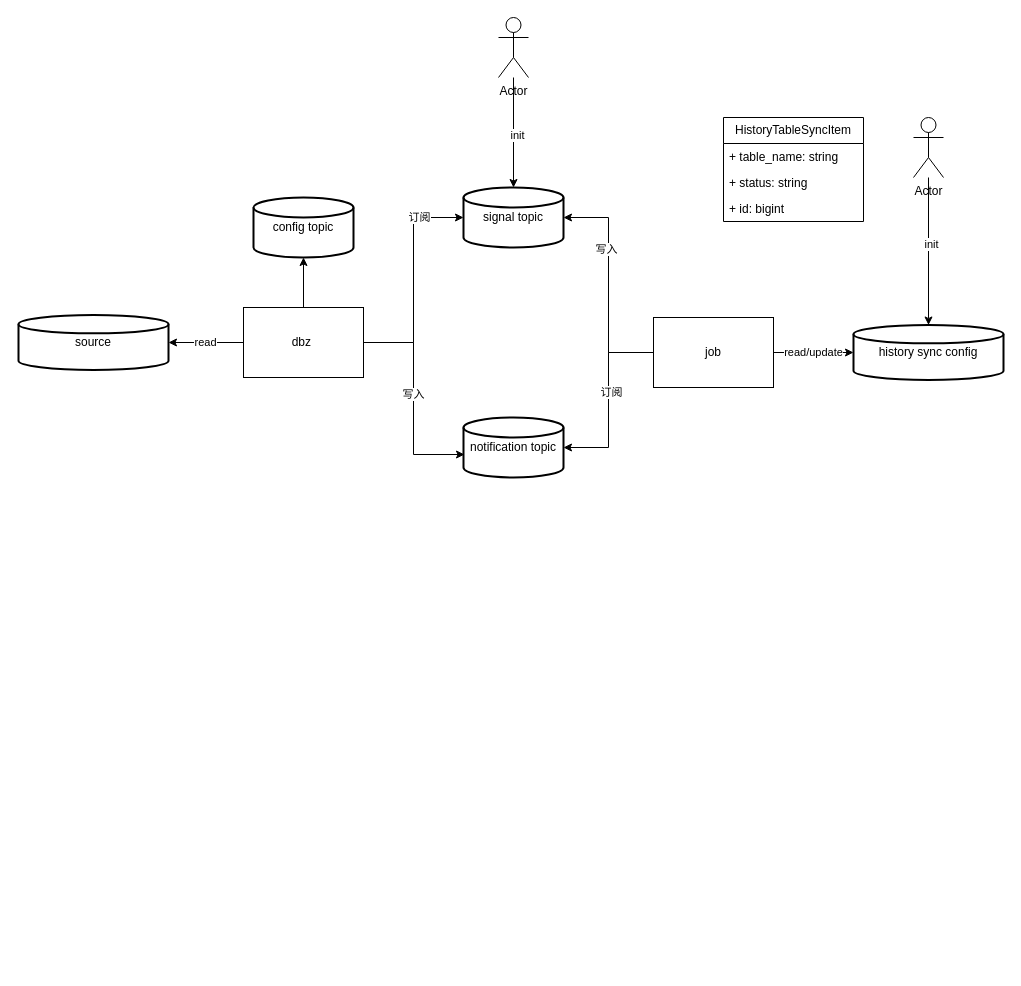
Before: images/大分表历史同步.drawio in MyLanPangzi/docs, a draw.io diagram. Source tidied: cells renumbered, new cells numbered last; positions are measured from the earlier drawing's top-left corner, leaving out a move shared by most shapes. Both pictures are drawn from the tidied source at 100%, with x=0, y=0 at pixel (18, 17).
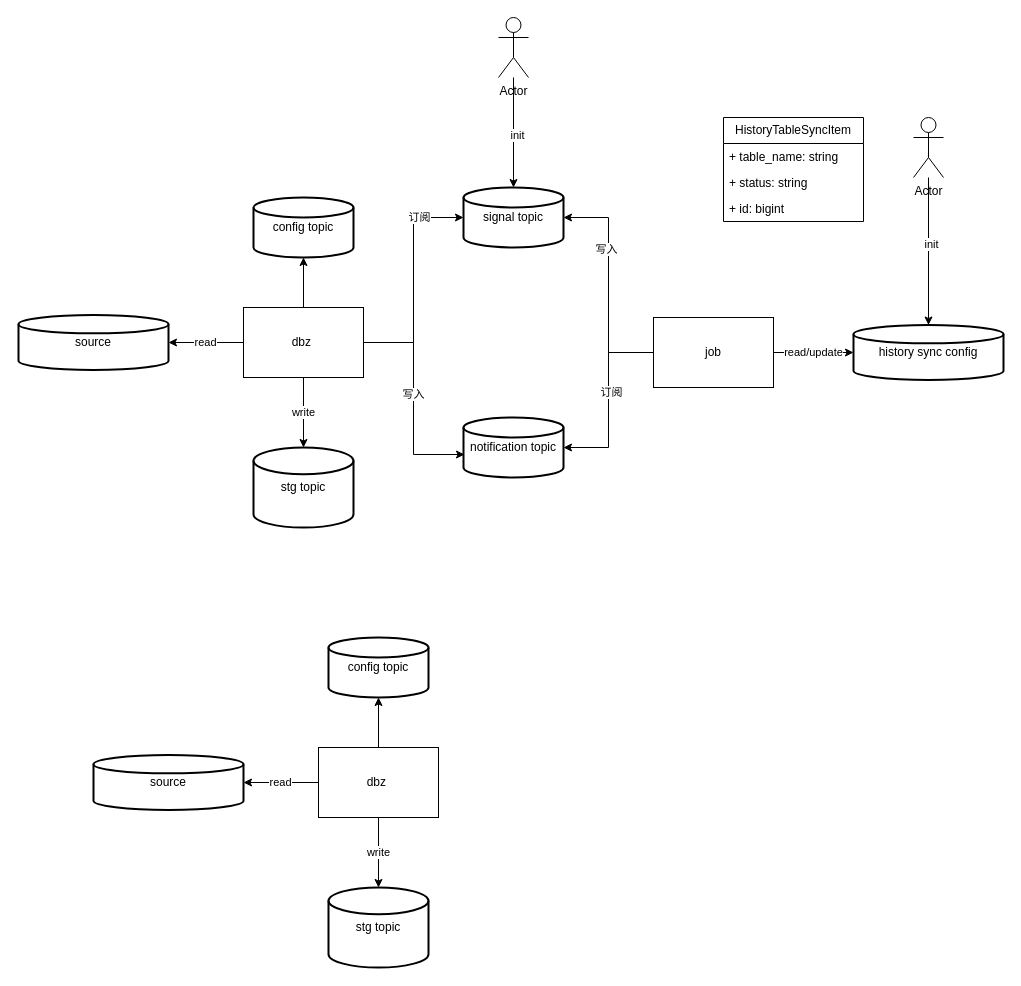
Above is the later version.

Commit message:
更新大分表历史同步.drawio

Unchanged cells that the change refers to:
```xml
<mxCell id="7" value="dbz&amp;nbsp;" style="rounded=0;whiteSpace=wrap;html=1;" parent="1" vertex="1">
  <mxGeometry x="225" y="290" width="120" height="70" as="geometry" />
</mxCell>
```

What changed in the source:
```diff
@@
+    <mxCell id="30" value="stg topic" style="strokeWidth=2;html=1;shape=mxgraph.flowchart.database;whiteSpace=wrap;" parent="1" vertex="1">
+      <mxGeometry x="235" y="430" width="100" height="80" as="geometry" />
+    </mxCell>
+    <mxCell id="31" value="write" style="edgeStyle=orthogonalEdgeStyle;rounded=0;jettySize=auto;html=1;exitX=0.5;exitY=1;exitDx=0;exitDy=0;entryX=0.5;entryY=0;entryDx=0;entryDy=0;entryPerimeter=0;" parent="1" edge="1" source="7" target="30">
+      <mxGeometry relative="1" as="geometry" />
+    </mxCell>
+    <mxCell id="32" value="read" style="edgeStyle=orthogonalEdgeStyle;rounded=0;jettySize=auto;html=1;" parent="1" edge="1" source="33" target="34">
+      <mxGeometry relative="1" as="geometry" />
+    </mxCell>
+    <mxCell id="33" value="dbz&amp;nbsp;" style="rounded=0;whiteSpace=wrap;html=1;" parent="1" vertex="1">
+      <mxGeometry x="300" y="730" width="120" height="70" as="geometry" />
+    </mxCell>
+    <mxCell id="34" value="source" style="strokeWidth=2;html=1;shape=mxgraph.flowchart.database;whiteSpace=wrap;" parent="1" vertex="1">
+      <mxGeometry x="75" y="737.5" width="150" height="55" as="geometry" />
+    </mxCell>
+    <mxCell id="35" value="config topic" style="strokeWidth=2;html=1;shape=mxgraph.flowchart.database;whiteSpace=wrap;" parent="1" vertex="1">
+      <mxGeometry x="310" y="620" width="100" height="60" as="geometry" />
+    </mxCell>
+    <mxCell id="36" style="edgeStyle=orthogonalEdgeStyle;rounded=0;jettySize=auto;html=1;entryX=0.5;entryY=1;entryDx=0;entryDy=0;entryPerimeter=0;" parent="1" edge="1" source="33" target="35">
+      <mxGeometry relative="1" as="geometry" />
+    </mxCell>
+    <mxCell id="37" value="stg topic" style="strokeWidth=2;html=1;shape=mxgraph.flowchart.database;whiteSpace=wrap;" parent="1" vertex="1">
+      <mxGeometry x="310" y="870" width="100" height="80" as="geometry" />
+    </mxCell>
+    <mxCell id="38" value="write" style="edgeStyle=orthogonalEdgeStyle;rounded=0;jettySize=auto;html=1;exitX=0.5;exitY=1;exitDx=0;exitDy=0;entryX=0.5;entryY=0;entryDx=0;entryDy=0;entryPerimeter=0;" parent="1" edge="1" source="33" target="37">
+      <mxGeometry relative="1" as="geometry" />
+    </mxCell>
```
